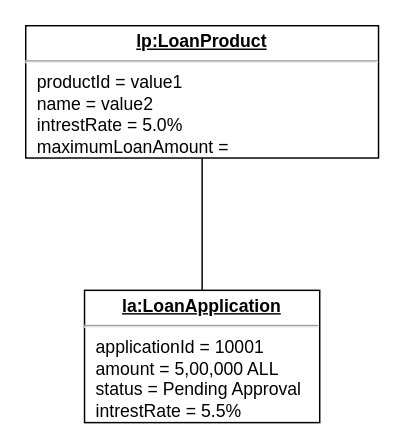
Before: Object Diagram 2.drawio in AjnaNushi/drawio, a draw.io diagram. Source tidied: cells renumbered, new cells numbered last; positions are measured from the earlier drawing's top-left corner, leaving out a move shared by most shapes. Both pictures are drawn from the tidied source at 147%, with x=0, y=0 at pixel (25, 25).
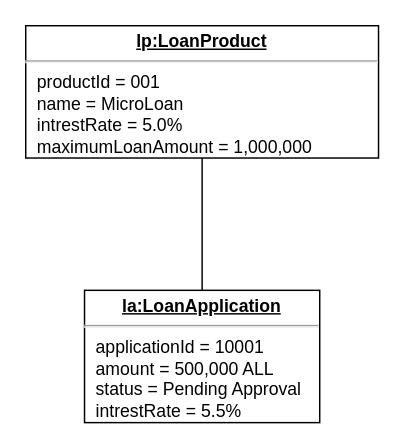
The same diagram, later.

The edit, as a diff of the source:
```diff
@@
 <mxGraphModel>
   <root>
     <mxCell id="0" />
     <mxCell id="1" parent="0" />
-    <mxCell id="2" value="&lt;p style=&quot;margin:0px;margin-top:4px;text-align:center;text-decoration:underline;&quot;&gt;&lt;b&gt;lp:LoanProduct&lt;/b&gt;&lt;/p&gt;&lt;hr&gt;&lt;p style=&quot;margin:0px;margin-left:8px;&quot;&gt;productId = value1&lt;br&gt;name = value2&lt;br&gt;intrestRate = 5.0%&lt;/p&gt;&lt;p style=&quot;margin:0px;margin-left:8px;&quot;&gt;maximumLoanAmount =&amp;nbsp;&lt;/p&gt;" style="verticalAlign=top;align=left;overflow=fill;fontSize=12;fontFamily=Helvetica;html=1;whiteSpace=wrap;" parent="1" vertex="1">
+    <mxCell id="2" value="&lt;p style=&quot;margin:0px;margin-top:4px;text-align:center;text-decoration:underline;&quot;&gt;&lt;b&gt;lp:LoanProduct&lt;/b&gt;&lt;/p&gt;&lt;hr&gt;&lt;p style=&quot;margin:0px;margin-left:8px;&quot;&gt;productId = 001&lt;br&gt;name = MicroLoan&lt;br&gt;intrestRate = 5.0%&lt;/p&gt;&lt;p style=&quot;margin:0px;margin-left:8px;&quot;&gt;maximumLoanAmount = 1,000,000&lt;/p&gt;" style="verticalAlign=top;align=left;overflow=fill;fontSize=12;fontFamily=Helvetica;html=1;whiteSpace=wrap;" parent="1" vertex="1">
       <mxGeometry width="240" height="90" as="geometry" />
     </mxCell>
-    <mxCell id="3" value="&lt;p style=&quot;margin:0px;margin-top:4px;text-align:center;text-decoration:underline;&quot;&gt;&lt;b&gt;la:LoanApplication&lt;/b&gt;&lt;/p&gt;&lt;hr&gt;&lt;p style=&quot;margin:0px;margin-left:8px;&quot;&gt;applicationId =&amp;nbsp;10001&lt;br&gt;amount = 5,00,000 ALL&lt;br&gt;status = Pending Approval&lt;/p&gt;&lt;p style=&quot;margin:0px;margin-left:8px;&quot;&gt;intrestRate = 5.5%&lt;/p&gt;" style="verticalAlign=top;align=left;overflow=fill;fontSize=12;fontFamily=Helvetica;html=1;whiteSpace=wrap;" parent="1" vertex="1">
+    <mxCell id="3" value="&lt;p style=&quot;margin:0px;margin-top:4px;text-align:center;text-decoration:underline;&quot;&gt;&lt;b&gt;la:LoanApplication&lt;/b&gt;&lt;/p&gt;&lt;hr&gt;&lt;p style=&quot;margin:0px;margin-left:8px;&quot;&gt;applicationId =&amp;nbsp;10001&lt;br&gt;amount = 500,000 ALL&lt;br&gt;status = Pending Approval&lt;/p&gt;&lt;p style=&quot;margin:0px;margin-left:8px;&quot;&gt;intrestRate = 5.5%&lt;/p&gt;" style="verticalAlign=top;align=left;overflow=fill;fontSize=12;fontFamily=Helvetica;html=1;whiteSpace=wrap;" parent="1" vertex="1">
       <mxGeometry x="40" y="180" width="160" height="90" as="geometry" />
     </mxCell>
     <mxCell id="4" style="endArrow=none;html=1;edgeStyle=orthogonalEdgeStyle;rounded=0;exitX=0.5;exitY=1;exitDx=0;exitDy=0;entryX=0.5;entryY=0;entryDx=0;entryDy=0;" parent="1" edge="1" source="2" target="3">
       <mxGeometry relative="1" as="geometry" />
     </mxCell>
   </root>
 </mxGraphModel>
```
